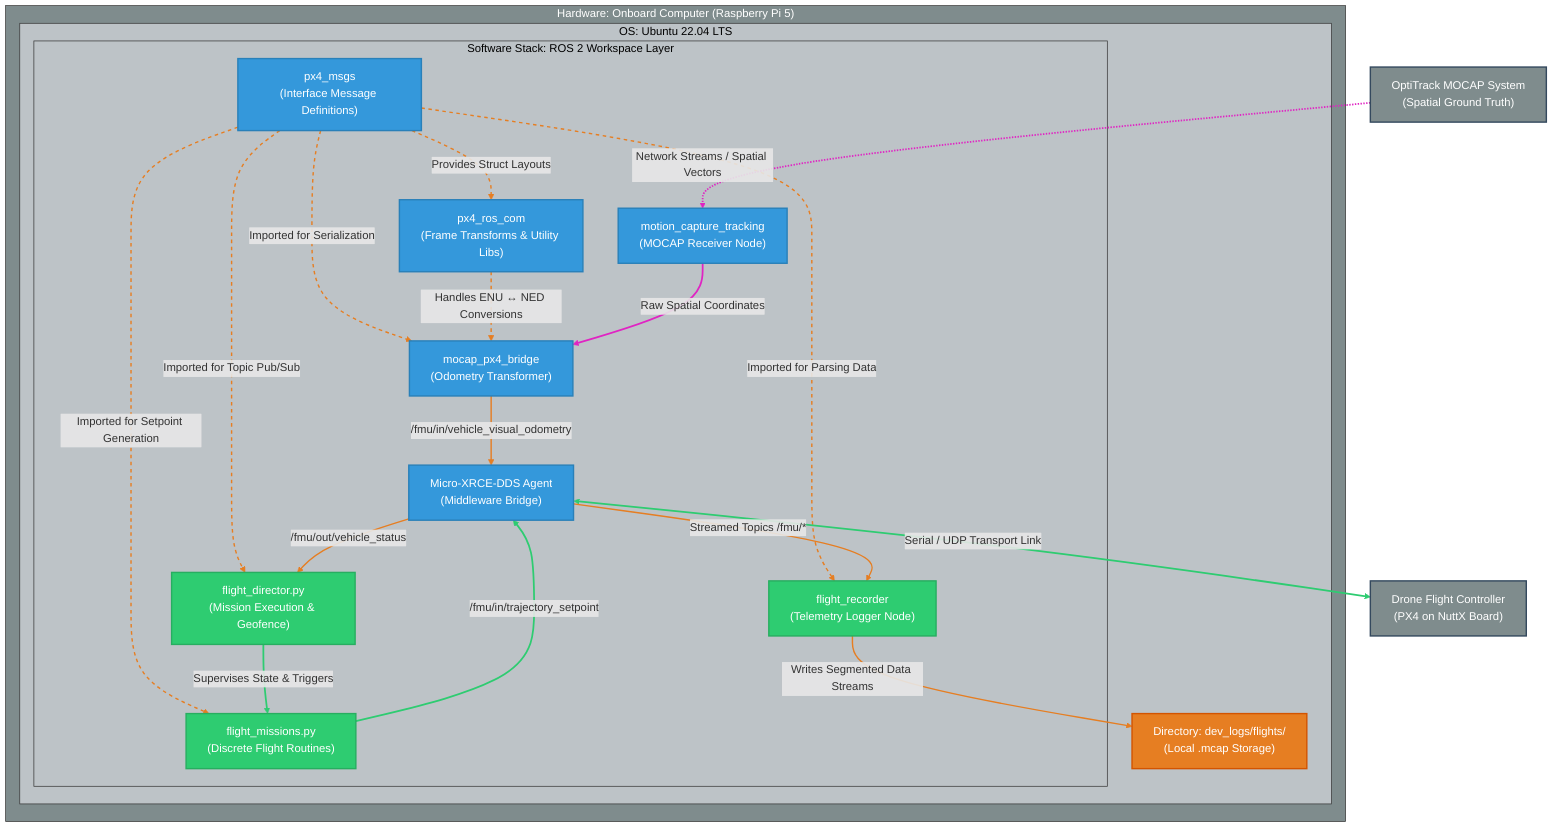
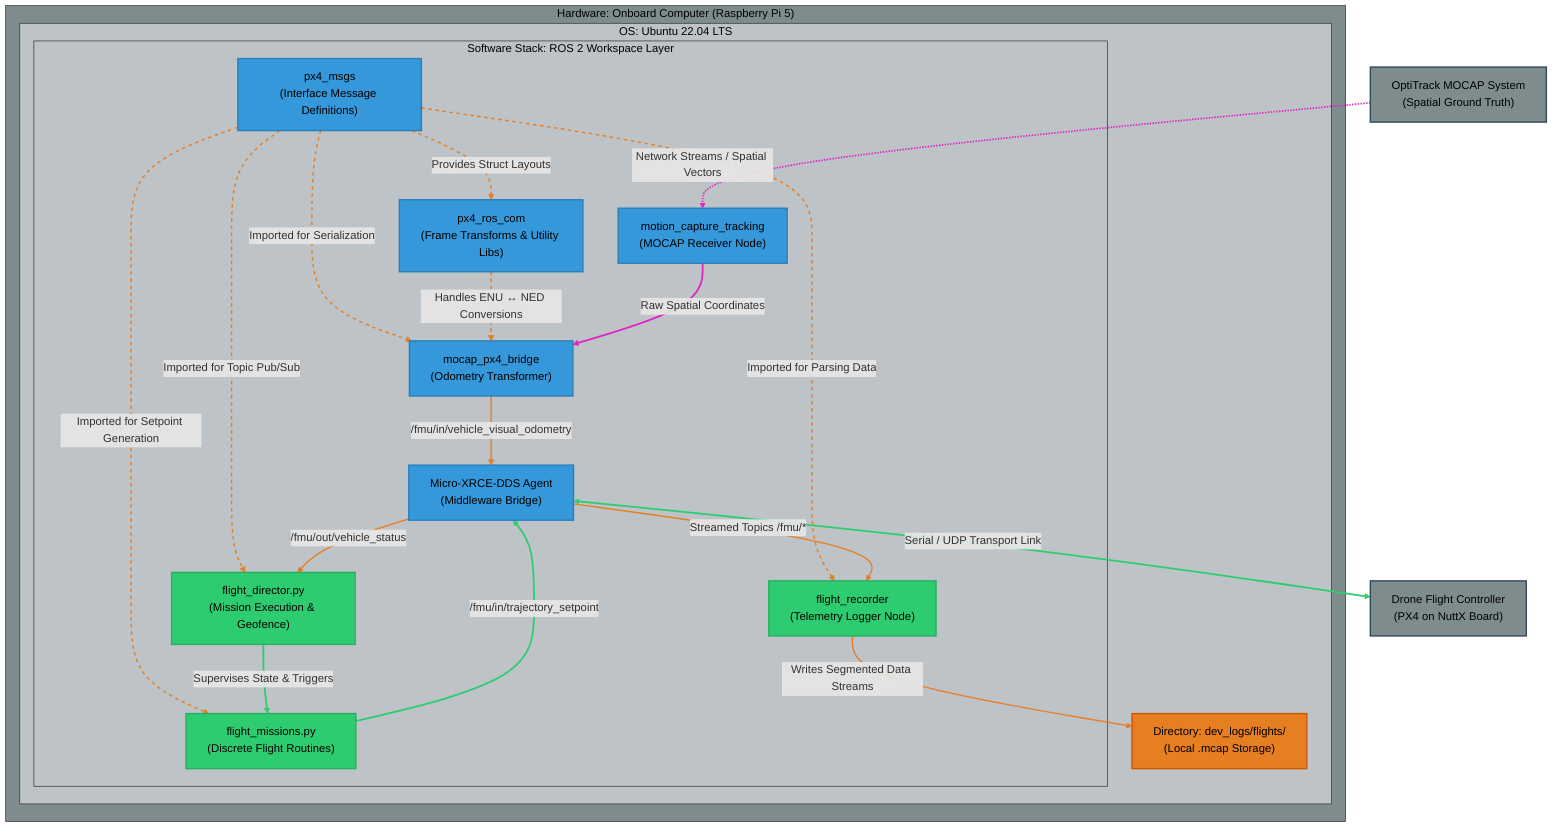
graph TD
    %% ==========================================================
    %% 1. Node Definitions & Layout
    %% ==========================================================

    %% External Infrastructure & Hardware
    MOCAP["OptiTrack MOCAP System<br>(Spatial Ground Truth)"]:::classHardware
    PX4["Drone Flight Controller<br>(PX4 on NuttX Board)"]:::classHardware

    %% Onboard Hardware Environment
    subgraph Pi5 ["Hardware: Onboard Computer (Raspberry Pi 5)"]
        subgraph Ubuntu ["OS: Ubuntu 22.04 LTS"]
            subgraph ROS2 ["Software Stack: ROS 2 Workspace Layer"]

                %% Source Submodules (Under src/)
                MSGS["px4_msgs<br>(Interface Message Definitions)"]:::classSubmodule
                COM["px4_ros_com<br>(Frame Transforms & Utility Libs)"]:::classSubmodule
                MCT["motion_capture_tracking<br>(MOCAP Receiver Node)"]:::classSubmodule
                MPB["mocap_px4_bridge<br>(Odometry Transformer)"]:::classSubmodule
                FD["flight_director.py<br>(Mission Execution & Geofence)"]:::classFlightControl
                FM["flight_missions.py<br>(Discrete Flight Routines)"]:::classFlightControl
                FR["flight_recorder<br>(Telemetry Logger Node)"]:::classFlightControl

                %% Flight & Drone Control Bases / OS Layers
                Agent["Micro-XRCE-DDS Agent<br>(Middleware Bridge)"]:::classSubmodule
            end

            %% Data Blocks
            LogDir["Directory: dev_logs/flights/<br>(Local .mcap Storage)"]:::classData
        end
    end

    %% Container Styles
-     style Pi5 fill:#7f8c8d,stroke:#333,stroke-width:1px,color:#fff
+     style Pi5 fill:#7f8c8d,stroke:#333,stroke-width:1px,color:#000
    style Ubuntu fill:#bdc3c7,stroke:#333,stroke-width:1px,color:#000
    style ROS2 fill:#bdc3c7,stroke:#333,stroke-width:1px,color:#000
    %% ==========================================================
    %% 2. Connections & Pipelines (Strict Arrow Ordering for linkStyle)
    %% ==========================================================

    %% [Link 0 to 4] Dependency Data Arrows (Orange)
    MSGS -.->|Provides Struct Layouts| COM
    MSGS -.->|Imported for Serialization| MPB
    MSGS -.->|Imported for Topic Pub/Sub| FD
    MSGS -.->|Imported for Setpoint Generation| FM
    MSGS -.->|Imported for Parsing Data| FR

    %% [Link 5] Transformation Logic (Orange)
    COM -.->|Handles ENU ↔ NED Conversions| MPB

    %% [Link 6 & 7] Real-time Localization Pipeline (Magenta / MOCAP)
    MOCAP -.->|Network Streams / Spatial Vectors| MCT
    MCT -->|Raw Spatial Coordinates| MPB

    %% [Link 8] Bridge to Middleware (Orange Data)
    MPB -->|/fmu/in/vehicle_visual_odometry| Agent

    %% [Link 9 & 10] Mission Logic & Control Pipeline (Green / Control)
    FD -->|Supervises State & Triggers| FM
    FM -->|/fmu/in/trajectory_setpoint| Agent

    %% [Link 11] Status Feedback Loop (Orange Data)
    Agent -->|/fmu/out/vehicle_status| FD

    %% [Link 12] Middleware Hardware Link (Green Control / Bidirectional)
    Agent <-->|Serial / UDP Transport Link| PX4

    %% [Link 13 & 14] Empirical Logging Pipeline (Orange Data)
    Agent -->|Streamed Topics /fmu/*| FR
    FR -->|Writes Segmented Data Streams| LogDir

    %% ==========================================================
    %% 3. Theme Classes (CSS)
    %% ==========================================================
-     classDef classSubmodule fill:#3498db,stroke:#2980b9,stroke-width:2px,color:#fff;
-     classDef classFlightControl fill:#2ecc71,stroke:#27ae60,stroke-width:2px,color:#fff;
-     classDef classHardware fill:#7f8c8d,stroke:#34495e,stroke-width:2px,color:#fff;
+     classDef classSubmodule fill:#3498db,stroke:#2980b9,stroke-width:2px,color:#000;
+     classDef classFlightControl fill:#2ecc71,stroke:#27ae60,stroke-width:2px,color:#000;
+     classDef classHardware fill:#7f8c8d,stroke:#34495e,stroke-width:2px,color:#000;
    classDef classOS fill:#bdc3c7,stroke:#7f8c8d,stroke-width:2px,color:#000;
-     classDef classData fill:#e67e22,stroke:#d35400,stroke-width:2px,color:#fff;
+     classDef classData fill:#e67e22,stroke:#d35400,stroke-width:2px,color:#000;

    %% ==========================================================
    %% 4. Connection Link Styling
    %% ==========================================================
    linkStyle 0,1,2,3,4,5 stroke:#e67e22,stroke-width:2px,stroke-dasharray: 5 5;
    linkStyle 6,7 stroke:#e024c3,stroke-width:2.5px;
    linkStyle 8 stroke:#e67e22,stroke-width:2px;
    linkStyle 9,10 stroke:#2ecc71,stroke-width:2.5px;
    linkStyle 11 stroke:#e67e22,stroke-width:2px;
    linkStyle 12 stroke:#2ecc71,stroke-width:2.5px;
    linkStyle 13,14 stroke:#e67e22,stroke-width:2px;
